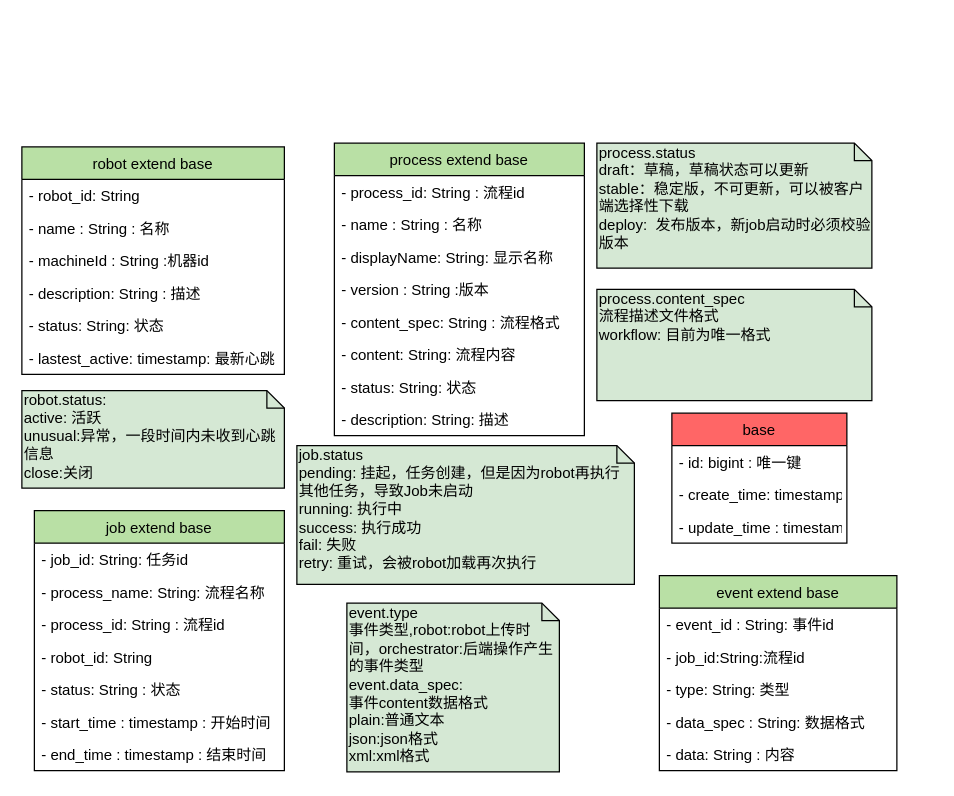
The draw.io diagram rpa_orchestrator数据模型.drawio in sunhj000/draw, before the edit. Source tidied: cells renumbered, new cells numbered last; positions are measured from the earlier drawing's top-left corner, leaving out a move shared by most shapes. Both pictures are drawn from the tidied source at 125%, with x=0, y=0 at pixel (21, 142).
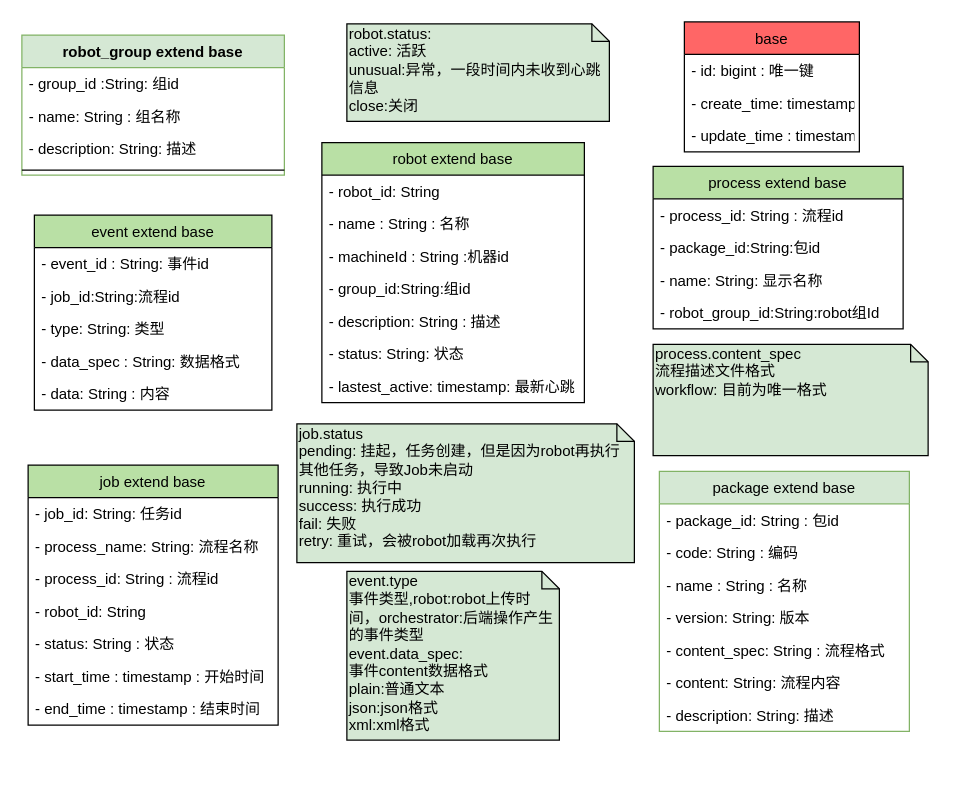
The same diagram, later.

The edit, as a diff of the source:
```diff
@@
     <mxCell id="2" value="robot extend base" style="swimlane;fontStyle=0;horizontal=1;startSize=26;fillColor=#B9E0A5;flipH=0;flipV=0;" parent="1" vertex="1">
-      <mxGeometry y="3" width="210" height="182" as="geometry" />
+      <mxGeometry x="240" y="-0.5" width="210" height="208" as="geometry" />
     </mxCell>
@@
+    <mxCell id="41" value="- group_id:String:组id" style="text;strokeColor=none;fillColor=none;align=left;verticalAlign=top;spacingLeft=4;spacingRight=4;overflow=hidden;" parent="2" vertex="1">
+      <mxGeometry y="104" width="210" height="26" as="geometry" />
+    </mxCell>
     <mxCell id="6" value="- description: String : 描述" style="text;strokeColor=none;fillColor=none;align=left;verticalAlign=top;spacingLeft=4;spacingRight=4;overflow=hidden;" parent="2" vertex="1">
-      <mxGeometry y="104" width="210" height="26" as="geometry" />
+      <mxGeometry y="130" width="210" height="26" as="geometry" />
     </mxCell>
     <mxCell id="7" value="- status: String: 状态" style="text;strokeColor=none;fillColor=none;align=left;verticalAlign=top;spacingLeft=4;spacingRight=4;overflow=hidden;" parent="2" vertex="1">
-      <mxGeometry y="130" width="210" height="26" as="geometry" />
+      <mxGeometry y="156" width="210" height="26" as="geometry" />
     </mxCell>
     <mxCell id="8" value="- lastest_active: timestamp: 最新心跳" style="text;strokeColor=none;fillColor=none;align=left;verticalAlign=top;spacingLeft=4;spacingRight=4;overflow=hidden;" parent="2" vertex="1">
-      <mxGeometry y="156" width="210" height="26" as="geometry" />
+      <mxGeometry y="182" width="210" height="26" as="geometry" />
     </mxCell>
     <mxCell id="9" value="process extend base" style="swimlane;fontStyle=0;horizontal=1;startSize=26;fillColor=#B9E0A5;" parent="1" vertex="1">
-      <mxGeometry x="250" width="200" height="234" as="geometry" />
+      <mxGeometry x="505" y="18.5" width="200" height="130" as="geometry" />
     </mxCell>
@@
-    <mxCell id="11" value="- name : String : 名称" style="text;strokeColor=none;fillColor=none;align=left;verticalAlign=top;spacingLeft=4;spacingRight=4;overflow=hidden;" parent="9" vertex="1">
+    <mxCell id="11" value="- package_id:String:包id" style="text;strokeColor=none;fillColor=none;align=left;verticalAlign=top;spacingLeft=4;spacingRight=4;overflow=hidden;" parent="9" vertex="1">
       <mxGeometry y="52" width="200" height="26" as="geometry" />
     </mxCell>
-    <mxCell id="12" value="- displayName: String: 显示名称" style="text;strokeColor=none;fillColor=none;align=left;verticalAlign=top;spacingLeft=4;spacingRight=4;overflow=hidden;" parent="9" vertex="1">
+    <mxCell id="12" value="- name: String: 显示名称" style="text;strokeColor=none;fillColor=none;align=left;verticalAlign=top;spacingLeft=4;spacingRight=4;overflow=hidden;" parent="9" vertex="1">
       <mxGeometry y="78" width="200" height="26" as="geometry" />
     </mxCell>
-    <mxCell id="13" value="- version : String :版本" style="text;strokeColor=none;fillColor=none;align=left;verticalAlign=top;spacingLeft=4;spacingRight=4;overflow=hidden;" parent="9" vertex="1">
-      <mxGeometry y="104" width="200" height="26" as="geometry" />
-    </mxCell>
-    <mxCell id="14" value="- content_spec: String : 流程格式" style="text;strokeColor=none;fillColor=none;align=left;verticalAlign=top;spacingLeft=4;spacingRight=4;overflow=hidden;" parent="9" vertex="1">
-      <mxGeometry y="130" width="200" height="26" as="geometry" />
-    </mxCell>
-    <mxCell id="15" value="- content: String: 流程内容" style="text;strokeColor=none;fillColor=none;align=left;verticalAlign=top;spacingLeft=4;spacingRight=4;overflow=hidden;" parent="9" vertex="1">
-      <mxGeometry y="156" width="200" height="26" as="geometry" />
-    </mxCell>
-    <mxCell id="16" value="- status: String: 状态" style="text;strokeColor=none;fillColor=none;align=left;verticalAlign=top;spacingLeft=4;spacingRight=4;overflow=hidden;" parent="9" vertex="1">
-      <mxGeometry y="182" width="200" height="26" as="geometry" />
+    <mxCell id="16" value="- robot_group_id:String:robot组Id" style="text;strokeColor=none;fillColor=none;align=left;verticalAlign=top;spacingLeft=4;spacingRight=4;overflow=hidden;" parent="9" vertex="1">
+      <mxGeometry y="104" width="200" height="26" as="geometry" />
     </mxCell>
-    <mxCell id="17" value="- description: String: 描述" style="text;strokeColor=none;fillColor=none;align=left;verticalAlign=top;spacingLeft=4;spacingRight=4;overflow=hidden;" parent="9" vertex="1">
-      <mxGeometry y="208" width="200" height="26" as="geometry" />
-    </mxCell>
     <mxCell id="18" value="base" style="swimlane;fontStyle=0;horizontal=1;startSize=26;fillColor=#FF6666;" parent="1" vertex="1">
-      <mxGeometry x="520" y="216" width="140" height="104" as="geometry" />
+      <mxGeometry x="530" y="-97" width="140" height="104" as="geometry" />
     </mxCell>
@@
-    <mxCell id="22" value="process.status&lt;br&gt;draft：草稿，草稿状态可以更新&lt;br&gt;stable：稳定版，不可更新，可以被客户端选择性下载&lt;br&gt;deploy: &amp;nbsp;发布版本，新job启动时必须校验版本&lt;br&gt;" style="shape=note;whiteSpace=wrap;html=1;size=14;verticalAlign=top;align=left;spacingTop=-6;fillColor=#D5E8D4;" parent="1" vertex="1">
-      <mxGeometry x="460" width="220" height="100" as="geometry" />
-    </mxCell>
     <mxCell id="23" value="job extend base" style="swimlane;fontStyle=0;horizontal=1;startSize=26;fillColor=#B9E0A5;" parent="1" vertex="1">
-      <mxGeometry x="10" y="294" width="200" height="208" as="geometry" />
+      <mxGeometry x="5" y="257.5" width="200" height="208" as="geometry" />
     </mxCell>
@@
     <mxCell id="31" value="job.status&lt;br&gt;pending: 挂起，任务创建，但是因为robot再执行其他任务，导致Job未启动&lt;br&gt;running: 执行中&lt;br&gt;success: 执行成功&lt;br&gt;fail: 失败&lt;br&gt;retry: 重试，会被robot加载再次执行&lt;br&gt;" style="shape=note;whiteSpace=wrap;html=1;size=14;verticalAlign=top;align=left;spacingTop=-6;fillColor=#D5E8D4;" parent="1" vertex="1">
-      <mxGeometry x="220" y="242" width="270" height="111" as="geometry" />
+      <mxGeometry x="220" y="224.5" width="270" height="111" as="geometry" />
     </mxCell>
     <mxCell id="32" value="event extend base" style="swimlane;fontStyle=0;horizontal=1;startSize=26;fillColor=#B9E0A5;" parent="1" vertex="1">
-      <mxGeometry x="510" y="346" width="190" height="156" as="geometry" />
+      <mxGeometry x="10" y="57.5" width="190" height="156" as="geometry" />
     </mxCell>
@@
     <mxCell id="38" value="process.content_spec&lt;br&gt;流程描述文件格式&lt;br&gt;workflow: 目前为唯一格式&lt;br&gt;" style="shape=note;whiteSpace=wrap;html=1;size=14;verticalAlign=top;align=left;spacingTop=-6;fillColor=#D5E8D4;" parent="1" vertex="1">
-      <mxGeometry x="460" y="117" width="220" height="89" as="geometry" />
+      <mxGeometry x="505" y="161" width="220" height="89" as="geometry" />
     </mxCell>
     <mxCell id="39" value="event.type&lt;br&gt;事件类型,robot:robot上传时间，orchestrator:后端操作产生的事件类型&lt;br&gt;event.data_spec:&lt;br&gt;事件content数据格式&lt;br&gt;plain:普通文本&lt;br&gt;json:json格式&lt;br&gt;xml:xml格式&lt;br&gt;" style="shape=note;whiteSpace=wrap;html=1;size=14;verticalAlign=top;align=left;spacingTop=-6;fillColor=#D5E8D4;" parent="1" vertex="1">
-      <mxGeometry x="260" y="368" width="170" height="135" as="geometry" />
+      <mxGeometry x="260" y="342.5" width="170" height="135" as="geometry" />
     </mxCell>
     <mxCell id="40" value="robot.status:&lt;br&gt;active: 活跃&lt;br&gt;unusual:异常，一段时间内未收到心跳信息&lt;br&gt;close:关闭&lt;br&gt;" style="shape=note;whiteSpace=wrap;html=1;size=14;verticalAlign=top;align=left;spacingTop=-6;fillColor=#D5E8D4;" parent="1" vertex="1">
-      <mxGeometry y="198" width="210" height="78" as="geometry" />
+      <mxGeometry x="260" y="-95.5" width="210" height="78" as="geometry" />
     </mxCell>
+    <mxCell id="42" value="package extend base" style="swimlane;fontStyle=0;horizontal=1;startSize=26;fillColor=#d5e8d4;strokeColor=#82b366;" parent="1" vertex="1">
+      <mxGeometry x="510" y="262.5" width="200" height="208" as="geometry" />
+    </mxCell>
+    <mxCell id="43" value="- package_id: String : 包id" style="text;strokeColor=none;fillColor=none;align=left;verticalAlign=top;spacingLeft=4;spacingRight=4;overflow=hidden;" parent="42" vertex="1">
+      <mxGeometry y="26" width="200" height="26" as="geometry" />
+    </mxCell>
+    <mxCell id="44" value="- code: String : 编码" style="text;strokeColor=none;fillColor=none;align=left;verticalAlign=top;spacingLeft=4;spacingRight=4;overflow=hidden;" parent="42" vertex="1">
+      <mxGeometry y="52" width="200" height="26" as="geometry" />
+    </mxCell>
+    <mxCell id="45" value="- name : String : 名称" style="text;strokeColor=none;fillColor=none;align=left;verticalAlign=top;spacingLeft=4;spacingRight=4;overflow=hidden;" parent="42" vertex="1">
+      <mxGeometry y="78" width="200" height="26" as="geometry" />
+    </mxCell>
+    <mxCell id="46" value="- version: String: 版本" style="text;strokeColor=none;fillColor=none;align=left;verticalAlign=top;spacingLeft=4;spacingRight=4;overflow=hidden;" parent="42" vertex="1">
+      <mxGeometry y="104" width="200" height="26" as="geometry" />
+    </mxCell>
+    <mxCell id="14" value="- content_spec: String : 流程格式" style="text;strokeColor=none;fillColor=none;align=left;verticalAlign=top;spacingLeft=4;spacingRight=4;overflow=hidden;" parent="42" vertex="1">
+      <mxGeometry y="130" width="200" height="26" as="geometry" />
+    </mxCell>
+    <mxCell id="15" value="- content: String: 流程内容" style="text;strokeColor=none;fillColor=none;align=left;verticalAlign=top;spacingLeft=4;spacingRight=4;overflow=hidden;" parent="42" vertex="1">
+      <mxGeometry y="156" width="200" height="26" as="geometry" />
+    </mxCell>
+    <mxCell id="47" value="- description: String: 描述" style="text;strokeColor=none;fillColor=none;align=left;verticalAlign=top;spacingLeft=4;spacingRight=4;overflow=hidden;" parent="42" vertex="1">
+      <mxGeometry y="182" width="200" height="26" as="geometry" />
+    </mxCell>
+    <mxCell id="48" value="robot_group extend base" style="swimlane;fontStyle=1;align=center;verticalAlign=top;horizontal=1;startSize=26;fillColor=#d5e8d4;strokeColor=#82b366;" parent="1" vertex="1">
+      <mxGeometry y="-86.5" width="210" height="112" as="geometry" />
+    </mxCell>
+    <mxCell id="49" value="- group_id :String: 组id" style="text;strokeColor=none;fillColor=none;align=left;verticalAlign=top;spacingLeft=4;spacingRight=4;overflow=hidden;" parent="48" vertex="1">
+      <mxGeometry y="26" width="210" height="26" as="geometry" />
+    </mxCell>
+    <mxCell id="50" value="- name: String : 组名称" style="text;strokeColor=none;fillColor=none;align=left;verticalAlign=top;spacingLeft=4;spacingRight=4;overflow=hidden;" parent="48" vertex="1">
+      <mxGeometry y="52" width="210" height="26" as="geometry" />
+    </mxCell>
+    <mxCell id="51" value="- description: String: 描述" style="text;strokeColor=none;fillColor=none;align=left;verticalAlign=top;spacingLeft=4;spacingRight=4;overflow=hidden;" parent="48" vertex="1">
+      <mxGeometry y="78" width="210" height="26" as="geometry" />
+    </mxCell>
+    <mxCell id="52" style="line;strokeWidth=1;fillColor=none;align=left;verticalAlign=middle;spacingTop=-1;spacingLeft=3;spacingRight=3;labelPosition=right;" parent="48" vertex="1">
+      <mxGeometry y="104" width="210" height="8" as="geometry" />
+    </mxCell>
```
